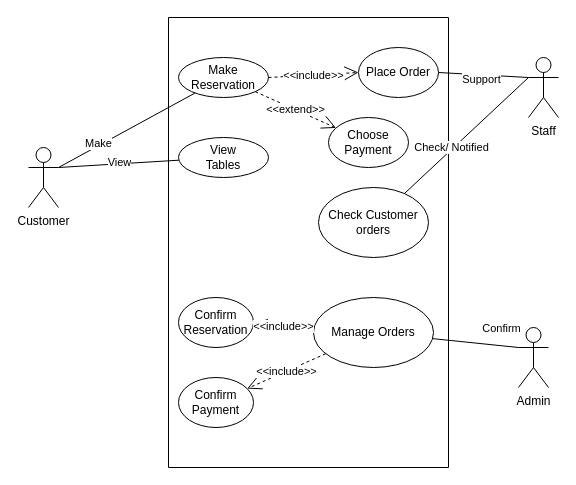
This is Biểu đồ không có tiêu đề.drawio from FanchonSora/Restaurant-Reservation-System-RRS, a draw.io file, before an edit. Source tidied: cells renumbered, new cells numbered last; positions are measured from the earlier drawing's top-left corner, leaving out a move shared by most shapes. Both pictures are drawn from the tidied source at 100%, with x=0, y=0 at pixel (28, 17).
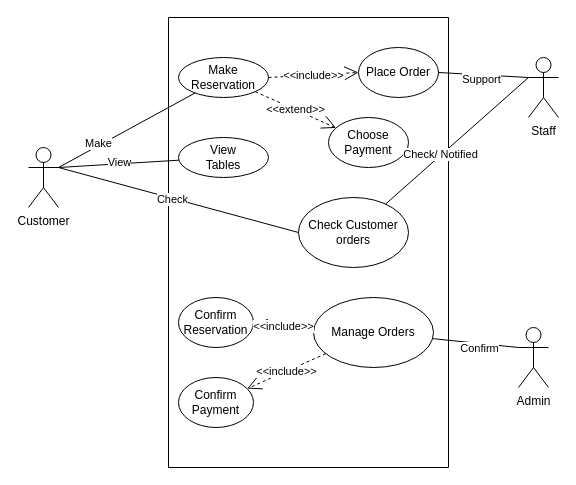
Above is the later version.

Commit message:
Cập nhật Biểu đồ không có tiêu đề.drawio

Unchanged cells that the change refers to:
```xml
<mxCell id="2" value="Customer" style="shape=umlActor;verticalLabelPosition=bottom;verticalAlign=top;html=1;outlineConnect=0;" parent="1" vertex="1">
  <mxGeometry y="130" width="30" height="60" as="geometry" />
</mxCell>
<mxCell id="5" style="swimlane;startSize=0;" parent="1" vertex="1">
  <mxGeometry x="140" width="280" height="450" as="geometry" />
</mxCell>
<mxCell id="22" style="endArrow=none;html=1;rounded=0;entryX=0;entryY=0.3333333333333333;entryDx=0;entryDy=0;entryPerimeter=0;" parent="1" edge="1" source="9" target="3">
  <mxGeometry relative="1" as="geometry" />
</mxCell>
```

Diff of the diagram source:
```diff
@@
     <mxCell id="17" value="Check Customer orders" style="ellipse;whiteSpace=wrap;html=1;" parent="5" vertex="1">
-      <mxGeometry x="150" y="170" width="110" height="70" as="geometry" />
+      <mxGeometry x="130" y="180" width="110" height="70" as="geometry" />
     </mxCell>
@@
     <mxCell id="23" value="Confirm" style="edgeLabel;html=1;align=center;verticalAlign=middle;" parent="22" vertex="1">
       <mxGeometry x="-0.08" y="3" relative="1" as="geometry">
-        <mxPoint x="28" y="-12" as="offset" />
+        <mxPoint x="6" y="8" as="offset" />
       </mxGeometry>
     </mxCell>
@@
+    <mxCell id="28" style="endArrow=none;html=1;rounded=0;entryX=1;entryY=0.3333333333333333;entryDx=0;entryDy=0;entryPerimeter=0;exitX=0;exitY=0.5;exitDx=0;exitDy=0;" parent="1" edge="1" source="17" target="2">
+      <mxGeometry relative="1" as="geometry" />
+    </mxCell>
+    <mxCell id="29" value="Check" style="edgeLabel;html=1;align=center;verticalAlign=middle;" parent="28" vertex="1">
+      <mxGeometry x="0.05" y="1" relative="1" as="geometry" />
+    </mxCell>
```
